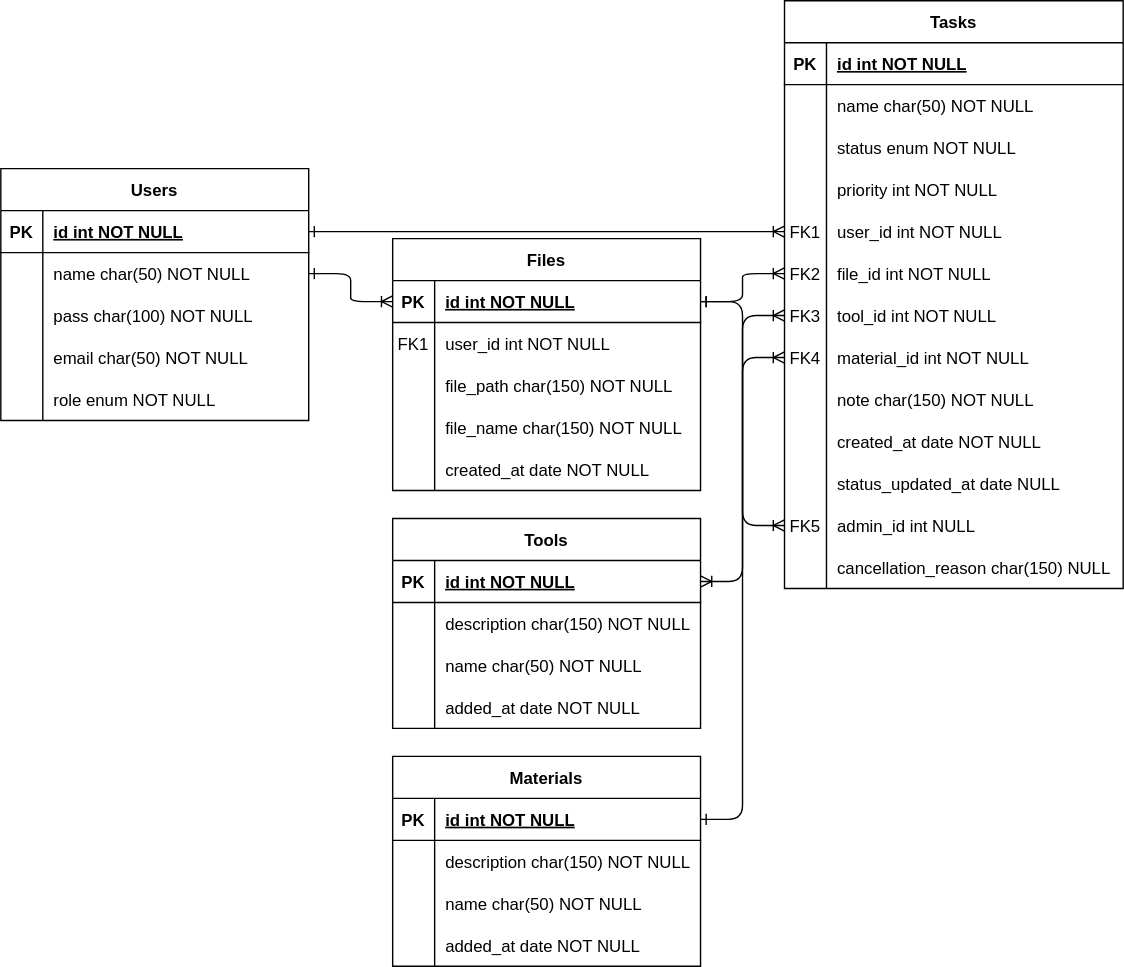
This is docs/design/db/db-entity-relationship.drawio.svg from Leandro-Bertoluzzi/remote-cnc, a draw.io export, as it was before one commit. Source tidied: cells renumbered, new cells last; positions are measured from the earlier drawing's top-left corner, leaving out a move shared by most shapes.
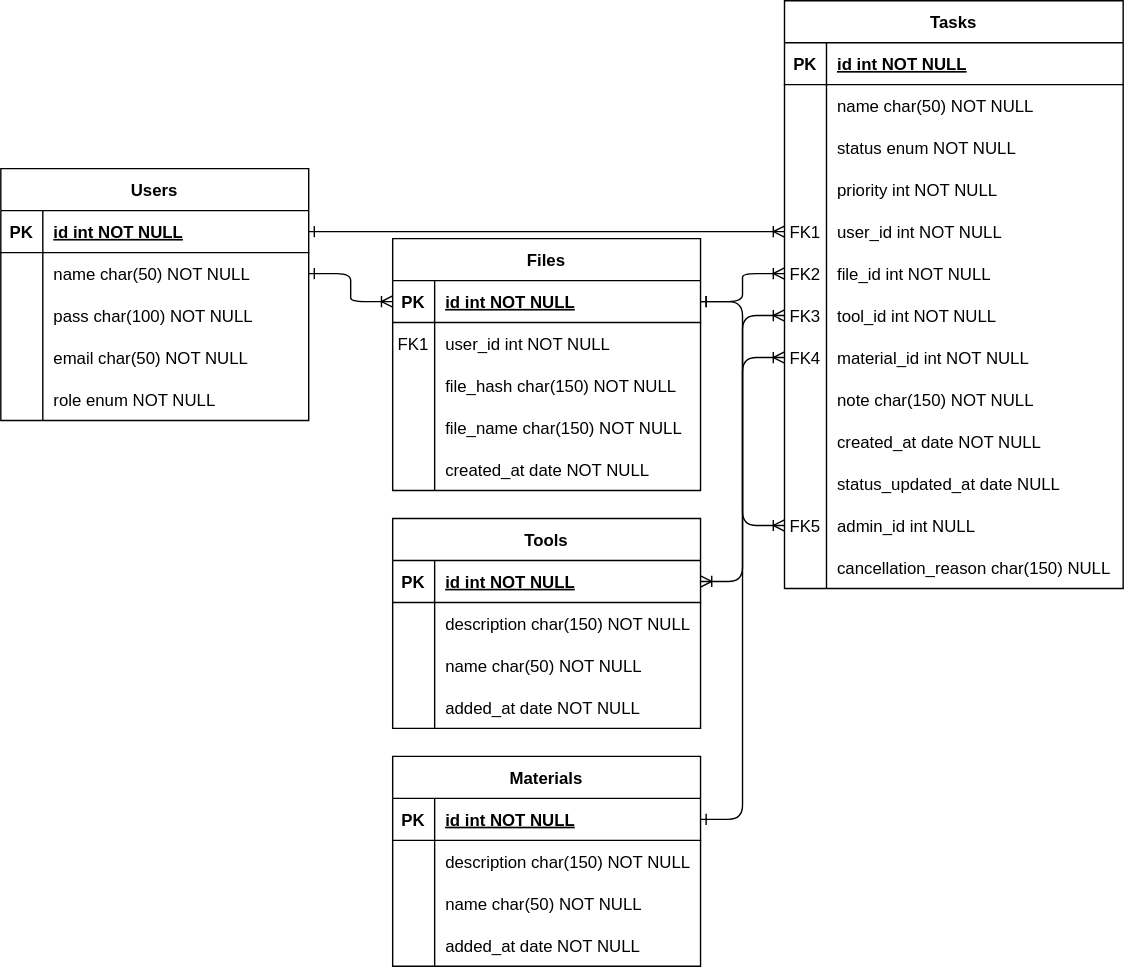
Later version of the same file.

Commit message:
refactor: Removed utils.database     docs: Updated ER diagram with file_hash     chore: Fixed name for docker-compose file

Change to the diagram source:
```diff
@@ -239,7 +239,7 @@
     <mxCell id="80" style="shape=partialRectangle;overflow=hidden;fillColor=none;top=0;left=0;bottom=0;right=0;" parent="79" vertex="1">
       <mxGeometry width="30" height="30" as="geometry" />
     </mxCell>
-    <mxCell id="81" value="file_path char(150) NOT NULL" style="shape=partialRectangle;overflow=hidden;fillColor=none;top=0;left=0;bottom=0;right=0;align=left;spacingLeft=6;" parent="79" vertex="1">
+    <mxCell id="81" value="file_hash char(150) NOT NULL" style="shape=partialRectangle;overflow=hidden;fillColor=none;top=0;left=0;bottom=0;right=0;align=left;spacingLeft=6;" parent="79" vertex="1">
       <mxGeometry x="30" width="190" height="30" as="geometry" />
     </mxCell>
     <mxCell id="82" style="shape=partialRectangle;fillColor=none;top=0;left=0;right=0;bottom=0;" parent="72" vertex="1">
```
